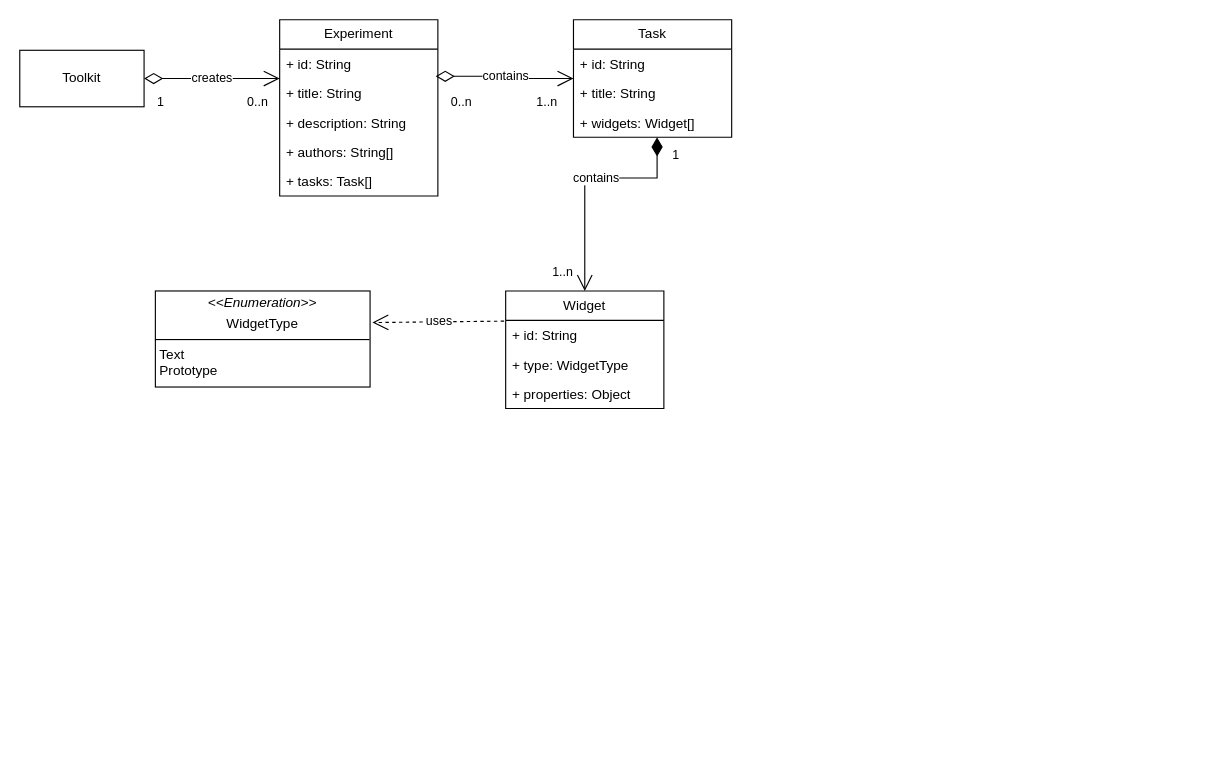
Before: resources/Model.drawio in aurioldegbelo/map-experiment-creation-toolkit, a draw.io diagram. Source tidied: cells renumbered, new cells numbered last; positions are measured from the earlier drawing's top-left corner, leaving out a move shared by most shapes. Both pictures are drawn from the tidied source at 113%, with x=0, y=0 at pixel (19, 19).
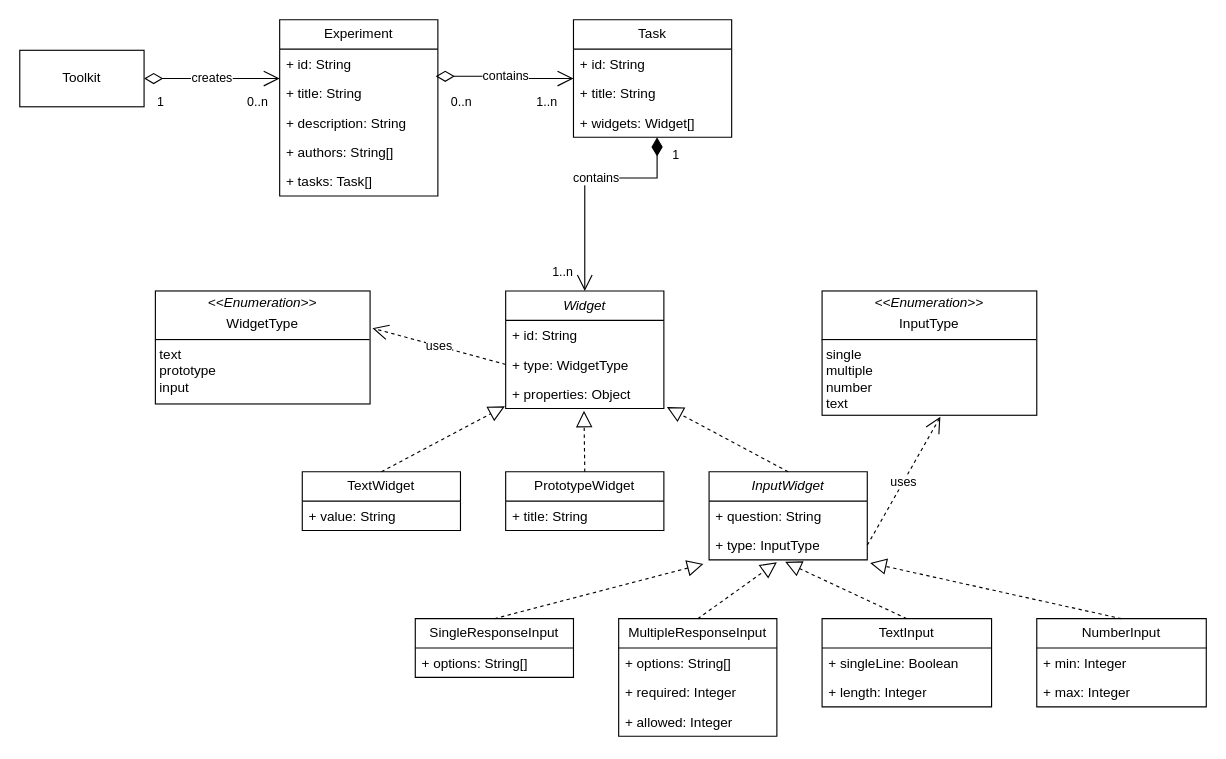
The same page after the edit.

The change refers to these unchanged cells:
```xml
<mxCell id="16" value="+ id: String" style="text;strokeColor=none;fillColor=none;align=left;verticalAlign=top;spacingLeft=4;spacingRight=4;overflow=hidden;points=[[0,0.5],[1,0.5]];portConstraint=eastwest;whiteSpace=wrap;html=1;" parent="15" vertex="1">
  <mxGeometry y="26" width="140" height="26" as="geometry" />
</mxCell>
<mxCell id="17" value="+ type: WidgetType&amp;nbsp;" style="text;strokeColor=none;fillColor=none;align=left;verticalAlign=top;spacingLeft=4;spacingRight=4;overflow=hidden;points=[[0,0.5],[1,0.5]];portConstraint=eastwest;whiteSpace=wrap;html=1;" parent="15" vertex="1">
  <mxGeometry y="52" width="140" height="26" as="geometry" />
</mxCell>
<mxCell id="18" value="+ properties: Object" style="text;strokeColor=none;fillColor=none;align=left;verticalAlign=top;spacingLeft=4;spacingRight=4;overflow=hidden;points=[[0,0.5],[1,0.5]];portConstraint=eastwest;whiteSpace=wrap;html=1;" parent="15" vertex="1">
  <mxGeometry y="78" width="140" height="26" as="geometry" />
</mxCell>
```

Change to the diagram source:
```diff
@@
-    <mxCell id="15" value="Widget" style="swimlane;fontStyle=0;horizontal=1;startSize=26;fillColor=none;whiteSpace=wrap;html=1;" parent="1" vertex="1">
+    <mxCell id="15" value="&lt;i&gt;Widget&lt;/i&gt;" style="swimlane;fontStyle=0;horizontal=1;startSize=26;fillColor=none;whiteSpace=wrap;html=1;" parent="1" vertex="1">
       <mxGeometry x="430" y="240" width="140" height="104" as="geometry" />
     </mxCell>
@@
-    <mxCell id="26" value="&lt;p style=&quot;margin:0px;margin-top:4px;text-align:center;&quot;&gt;&lt;i&gt;&amp;lt;&amp;lt;Enumeration&amp;gt;&amp;gt;&lt;/i&gt;&lt;br&gt;&lt;/p&gt;&lt;p style=&quot;margin:0px;margin-top:4px;text-align:center;&quot;&gt;WidgetType&lt;/p&gt;&lt;hr size=&quot;1&quot; style=&quot;border-style:solid;&quot;&gt;&lt;p style=&quot;margin:0px;margin-left:4px;&quot;&gt;Text&lt;/p&gt;&lt;p style=&quot;margin:0px;margin-left:4px;&quot;&gt;Prototype&lt;/p&gt;&lt;p style=&quot;margin:0px;margin-left:4px;&quot;&gt;&lt;br&gt;&lt;/p&gt;" style="verticalAlign=top;align=left;overflow=fill;html=1;whiteSpace=wrap;" parent="1" vertex="1">
-      <mxGeometry x="120" y="240" width="190" height="85" as="geometry" />
+    <mxCell id="26" value="&lt;p style=&quot;margin:0px;margin-top:4px;text-align:center;&quot;&gt;&lt;i&gt;&amp;lt;&amp;lt;Enumeration&amp;gt;&amp;gt;&lt;/i&gt;&lt;br&gt;&lt;/p&gt;&lt;p style=&quot;margin:0px;margin-top:4px;text-align:center;&quot;&gt;WidgetType&lt;/p&gt;&lt;hr size=&quot;1&quot; style=&quot;border-style:solid;&quot;&gt;&lt;p style=&quot;margin:0px;margin-left:4px;&quot;&gt;text&lt;/p&gt;&lt;p style=&quot;margin:0px;margin-left:4px;&quot;&gt;prototype&lt;/p&gt;&lt;p style=&quot;margin:0px;margin-left:4px;&quot;&gt;input&lt;/p&gt;&lt;p style=&quot;margin:0px;margin-left:4px;&quot;&gt;&lt;br&gt;&lt;/p&gt;" style="verticalAlign=top;align=left;overflow=fill;html=1;whiteSpace=wrap;" parent="1" vertex="1">
+      <mxGeometry x="120" y="240" width="190" height="100" as="geometry" />
     </mxCell>
-    <mxCell id="27" value="uses" style="endArrow=open;endSize=12;dashed=1;html=1;rounded=0;exitX=-0.01;exitY=0.026;exitDx=0;exitDy=0;exitPerimeter=0;entryX=1.011;entryY=0.329;entryDx=0;entryDy=0;entryPerimeter=0;" parent="1" edge="1" source="16" target="26">
+    <mxCell id="27" value="uses" style="endArrow=open;endSize=12;dashed=1;html=1;rounded=0;exitX=0;exitY=0.5;exitDx=0;exitDy=0;entryX=1.011;entryY=0.329;entryDx=0;entryDy=0;entryPerimeter=0;" parent="1" edge="1" source="17" target="26">
       <mxGeometry relative="1" as="geometry" />
     </mxCell>
+    <mxCell id="28" value="&lt;p style=&quot;margin:0px;margin-top:4px;text-align:center;&quot;&gt;&lt;i&gt;&amp;lt;&amp;lt;Enumeration&amp;gt;&amp;gt;&lt;/i&gt;&lt;br&gt;&lt;/p&gt;&lt;p style=&quot;margin:0px;margin-top:4px;text-align:center;&quot;&gt;InputType&lt;/p&gt;&lt;hr size=&quot;1&quot; style=&quot;border-style:solid;&quot;&gt;&lt;p style=&quot;margin:0px;margin-left:4px;&quot;&gt;single&lt;/p&gt;&lt;p style=&quot;margin:0px;margin-left:4px;&quot;&gt;multiple&lt;/p&gt;&lt;p style=&quot;margin:0px;margin-left:4px;&quot;&gt;number&lt;/p&gt;&lt;p style=&quot;margin:0px;margin-left:4px;&quot;&gt;text&lt;/p&gt;&lt;p style=&quot;margin:0px;margin-left:4px;&quot;&gt;&lt;br&gt;&lt;/p&gt;" style="verticalAlign=top;align=left;overflow=fill;html=1;whiteSpace=wrap;" parent="1" vertex="1">
+      <mxGeometry x="710" y="240" width="190" height="110" as="geometry" />
+    </mxCell>
+    <mxCell id="29" value="uses" style="endArrow=open;endSize=12;dashed=1;html=1;rounded=0;exitX=1;exitY=0.5;exitDx=0;exitDy=0;entryX=0.551;entryY=1.012;entryDx=0;entryDy=0;entryPerimeter=0;" parent="1" edge="1" source="36" target="28">
+      <mxGeometry relative="1" as="geometry" />
+    </mxCell>
+    <mxCell id="30" value="TextWidget" style="swimlane;fontStyle=0;horizontal=1;startSize=26;fillColor=none;whiteSpace=wrap;html=1;" parent="1" vertex="1">
+      <mxGeometry x="250" y="400" width="140" height="52" as="geometry" />
+    </mxCell>
+    <mxCell id="31" value="+ value: String" style="text;strokeColor=none;fillColor=none;align=left;verticalAlign=top;spacingLeft=4;spacingRight=4;overflow=hidden;whiteSpace=wrap;html=1;" parent="30" vertex="1">
+      <mxGeometry y="26" width="140" height="26" as="geometry" />
+    </mxCell>
+    <mxCell id="32" value="PrototypeWidget" style="swimlane;fontStyle=0;horizontal=1;startSize=26;fillColor=none;whiteSpace=wrap;html=1;" parent="1" vertex="1">
+      <mxGeometry x="430" y="400" width="140" height="52" as="geometry" />
+    </mxCell>
+    <mxCell id="33" value="+ title: String" style="text;strokeColor=none;fillColor=none;align=left;verticalAlign=top;spacingLeft=4;spacingRight=4;overflow=hidden;whiteSpace=wrap;html=1;" parent="32" vertex="1">
+      <mxGeometry y="26" width="140" height="26" as="geometry" />
+    </mxCell>
+    <mxCell id="34" value="&lt;i&gt;InputWidget&lt;/i&gt;" style="swimlane;fontStyle=0;horizontal=1;startSize=26;fillColor=none;whiteSpace=wrap;html=1;" parent="1" vertex="1">
+      <mxGeometry x="610" y="400" width="140" height="78" as="geometry" />
+    </mxCell>
+    <mxCell id="35" value="+ question: String" style="text;strokeColor=none;fillColor=none;align=left;verticalAlign=top;spacingLeft=4;spacingRight=4;overflow=hidden;whiteSpace=wrap;html=1;" parent="34" vertex="1">
+      <mxGeometry y="26" width="140" height="26" as="geometry" />
+    </mxCell>
+    <mxCell id="36" value="+ type: InputType" style="text;strokeColor=none;fillColor=none;align=left;verticalAlign=top;spacingLeft=4;spacingRight=4;overflow=hidden;points=[[0,0.5],[1,0.5]];portConstraint=eastwest;whiteSpace=wrap;html=1;" parent="34" vertex="1">
+      <mxGeometry y="52" width="140" height="26" as="geometry" />
+    </mxCell>
+    <mxCell id="37" style="endArrow=block;dashed=1;endFill=0;endSize=12;html=1;rounded=0;exitX=0.5;exitY=0;exitDx=0;exitDy=0;entryX=-0.005;entryY=0.923;entryDx=0;entryDy=0;entryPerimeter=0;" parent="1" edge="1" source="30" target="18">
+      <mxGeometry relative="1" as="geometry" />
+    </mxCell>
+    <mxCell id="38" style="endArrow=block;dashed=1;endFill=0;endSize=12;html=1;rounded=0;exitX=0.5;exitY=0;exitDx=0;exitDy=0;entryX=0.495;entryY=1.077;entryDx=0;entryDy=0;entryPerimeter=0;" parent="1" edge="1" source="32" target="18">
+      <mxGeometry relative="1" as="geometry" />
+    </mxCell>
+    <mxCell id="39" style="endArrow=block;dashed=1;endFill=0;endSize=12;html=1;rounded=0;exitX=0.5;exitY=0;exitDx=0;exitDy=0;entryX=1.019;entryY=0.949;entryDx=0;entryDy=0;entryPerimeter=0;" parent="1" edge="1" source="34" target="18">
+      <mxGeometry relative="1" as="geometry" />
+    </mxCell>
+    <mxCell id="40" value="SingleResponseInput" style="swimlane;fontStyle=0;horizontal=1;startSize=26;fillColor=none;whiteSpace=wrap;html=1;" parent="1" vertex="1">
+      <mxGeometry x="350" y="530" width="140" height="52" as="geometry" />
+    </mxCell>
+    <mxCell id="41" value="+ options: String[]" style="text;strokeColor=none;fillColor=none;align=left;verticalAlign=top;spacingLeft=4;spacingRight=4;overflow=hidden;whiteSpace=wrap;html=1;" parent="40" vertex="1">
+      <mxGeometry y="26" width="140" height="26" as="geometry" />
+    </mxCell>
+    <mxCell id="42" style="endArrow=block;dashed=1;endFill=0;endSize=12;html=1;rounded=0;exitX=0.5;exitY=0;exitDx=0;exitDy=0;entryX=-0.036;entryY=1.139;entryDx=0;entryDy=0;entryPerimeter=0;" parent="1" edge="1" source="40" target="36">
+      <mxGeometry relative="1" as="geometry" />
+    </mxCell>
+    <mxCell id="43" value="MultipleResponseInput" style="swimlane;fontStyle=0;horizontal=1;startSize=26;fillColor=none;whiteSpace=wrap;html=1;" parent="1" vertex="1">
+      <mxGeometry x="530" y="530" width="140" height="104" as="geometry" />
+    </mxCell>
+    <mxCell id="44" value="+ options: String[]" style="text;strokeColor=none;fillColor=none;align=left;verticalAlign=top;spacingLeft=4;spacingRight=4;overflow=hidden;whiteSpace=wrap;html=1;" parent="43" vertex="1">
+      <mxGeometry y="26" width="140" height="26" as="geometry" />
+    </mxCell>
+    <mxCell id="45" value="+ required: Integer&amp;nbsp;" style="text;strokeColor=none;fillColor=none;align=left;verticalAlign=top;spacingLeft=4;spacingRight=4;overflow=hidden;whiteSpace=wrap;html=1;" parent="43" vertex="1">
+      <mxGeometry y="52" width="140" height="26" as="geometry" />
+    </mxCell>
+    <mxCell id="46" value="+ allowed: Integer" style="text;strokeColor=none;fillColor=none;align=left;verticalAlign=top;spacingLeft=4;spacingRight=4;overflow=hidden;whiteSpace=wrap;html=1;" parent="43" vertex="1">
+      <mxGeometry y="78" width="140" height="26" as="geometry" />
+    </mxCell>
+    <mxCell id="47" style="endArrow=block;dashed=1;endFill=0;endSize=12;html=1;rounded=0;exitX=0.5;exitY=0;exitDx=0;exitDy=0;" parent="1" edge="1" source="43">
+      <mxGeometry relative="1" as="geometry">
+        <mxPoint x="670" y="480" as="targetPoint" />
+      </mxGeometry>
+    </mxCell>
+    <mxCell id="48" value="TextInput" style="swimlane;fontStyle=0;horizontal=1;startSize=26;fillColor=none;whiteSpace=wrap;html=1;" parent="1" vertex="1">
+      <mxGeometry x="710" y="530" width="150" height="78" as="geometry" />
+    </mxCell>
+    <mxCell id="49" value="+ singleLine: Boolean" style="text;strokeColor=none;fillColor=none;align=left;verticalAlign=top;spacingLeft=4;spacingRight=4;overflow=hidden;whiteSpace=wrap;html=1;" parent="48" vertex="1">
+      <mxGeometry y="26" width="150" height="26" as="geometry" />
+    </mxCell>
+    <mxCell id="50" value="+ length: Integer" style="text;strokeColor=none;fillColor=none;align=left;verticalAlign=top;spacingLeft=4;spacingRight=4;overflow=hidden;whiteSpace=wrap;html=1;" parent="48" vertex="1">
+      <mxGeometry y="52" width="150" height="26" as="geometry" />
+    </mxCell>
+    <mxCell id="51" style="endArrow=block;dashed=1;endFill=0;endSize=12;html=1;rounded=0;exitX=0.5;exitY=0;exitDx=0;exitDy=0;entryX=0.481;entryY=1.066;entryDx=0;entryDy=0;entryPerimeter=0;" parent="1" edge="1" source="48" target="36">
+      <mxGeometry relative="1" as="geometry" />
+    </mxCell>
+    <mxCell id="52" value="NumberInput" style="swimlane;fontStyle=0;horizontal=1;startSize=26;fillColor=none;whiteSpace=wrap;html=1;" parent="1" vertex="1">
+      <mxGeometry x="900" y="530" width="150" height="78" as="geometry" />
+    </mxCell>
+    <mxCell id="53" value="+ min: Integer&lt;div&gt;&lt;br&gt;&lt;/div&gt;" style="text;strokeColor=none;fillColor=none;align=left;verticalAlign=top;spacingLeft=4;spacingRight=4;overflow=hidden;whiteSpace=wrap;html=1;" parent="52" vertex="1">
+      <mxGeometry y="26" width="150" height="26" as="geometry" />
+    </mxCell>
+    <mxCell id="54" value="+ max: Integer&lt;div&gt;&lt;br&gt;&lt;/div&gt;" style="text;strokeColor=none;fillColor=none;align=left;verticalAlign=top;spacingLeft=4;spacingRight=4;overflow=hidden;whiteSpace=wrap;html=1;" parent="52" vertex="1">
+      <mxGeometry y="52" width="150" height="26" as="geometry" />
+    </mxCell>
+    <mxCell id="55" style="endArrow=block;dashed=1;endFill=0;endSize=12;html=1;rounded=0;entryX=1.018;entryY=1.103;entryDx=0;entryDy=0;entryPerimeter=0;exitX=0.5;exitY=0;exitDx=0;exitDy=0;" parent="1" edge="1" source="52" target="36">
+      <mxGeometry relative="1" as="geometry" />
+    </mxCell>
```
